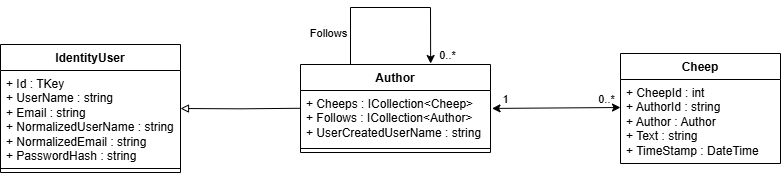
ITU-BDSA2024-GROUP18/Chirp keeps this draw.io diagram as docs/images/DomainModelClassDiagram.png. Above is the earlier version. Source tidied: cells renumbered, new cells last; positions are measured from the earlier drawing's top-left corner, leaving out a move shared by most shapes.
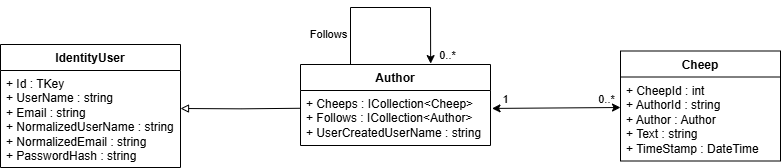
Later version of the same file.

Change to the diagram source:
```diff
@@ -3,28 +3,28 @@
     <mxCell id="0" />
     <mxCell id="1" parent="0" />
     <mxCell id="2" value="Author" style="swimlane;fontStyle=1;align=center;verticalAlign=top;horizontal=1;startSize=26;whiteSpace=wrap;html=1;" parent="1" vertex="1">
-      <mxGeometry x="300" y="57" width="190" height="88" as="geometry" />
+      <mxGeometry x="300" y="57" width="190" height="81" as="geometry" />
     </mxCell>
     <mxCell id="3" value="+ Cheeps : ICollection&amp;lt;Cheep&amp;gt;&lt;div&gt;+ Follows : ICollection&amp;lt;Author&amp;gt;&lt;/div&gt;&lt;div&gt;+&amp;nbsp;&lt;span style=&quot;background-color: initial;&quot;&gt;UserCreatedUserName : string&lt;/span&gt;&lt;/div&gt;" style="text;strokeColor=none;fillColor=none;align=left;verticalAlign=top;spacingLeft=4;spacingRight=4;overflow=hidden;points=[[0,0.5],[1,0.5]];portConstraint=eastwest;whiteSpace=wrap;html=1;" parent="2" vertex="1">
       <mxGeometry y="26" width="190" height="54" as="geometry" />
     </mxCell>
-    <mxCell id="4" style="line;strokeWidth=1;fillColor=none;align=left;verticalAlign=middle;spacingTop=-1;spacingLeft=3;spacingRight=3;labelPosition=right;strokeColor=inherit;" parent="2" vertex="1">
-      <mxGeometry y="80" width="190" height="8" as="geometry" />
+    <mxCell id="4" style="line;strokeWidth=1;fillColor=none;align=left;verticalAlign=middle;spacingTop=-1;spacingLeft=3;spacingRight=3;labelPosition=right;strokeColor=none;" parent="2" vertex="1">
+      <mxGeometry y="80" width="190" height="1" as="geometry" />
     </mxCell>
     <mxCell id="5" value="Cheep" style="swimlane;fontStyle=1;align=center;verticalAlign=top;horizontal=1;startSize=26;whiteSpace=wrap;html=1;" parent="1" vertex="1">
-      <mxGeometry x="620" y="46" width="160" height="110" as="geometry" />
+      <mxGeometry x="620" y="43.5" width="160" height="110" as="geometry" />
     </mxCell>
     <mxCell id="6" value="+ CheepId : int&lt;div&gt;+ AuthorId : string&lt;/div&gt;&lt;div&gt;+ Author : Author&lt;/div&gt;&lt;div&gt;+ Text : string&lt;/div&gt;&lt;div&gt;+ TimeStamp : DateTime&lt;/div&gt;" style="text;strokeColor=none;fillColor=none;align=left;verticalAlign=top;spacingLeft=4;spacingRight=4;overflow=hidden;whiteSpace=wrap;html=1;" parent="5" vertex="1">
       <mxGeometry y="26" width="160" height="84" as="geometry" />
     </mxCell>
-    <mxCell id="7" value="IdentityUser" style="swimlane;fontStyle=1;align=center;verticalAlign=top;horizontal=1;startSize=26;whiteSpace=wrap;html=1;" parent="1" vertex="1">
-      <mxGeometry y="37" width="180" height="128" as="geometry" />
+    <mxCell id="7" value="IdentityUser" style="swimlane;fontStyle=1;align=center;verticalAlign=top;horizontal=1;startSize=26;whiteSpace=wrap;html=1;swimlaneLine=1;" parent="1" vertex="1">
+      <mxGeometry y="37" width="180" height="123" as="geometry" />
     </mxCell>
     <mxCell id="8" value="+ Id : TKey&lt;div&gt;+&amp;nbsp;&lt;span style=&quot;background-color: initial;&quot;&gt;UserName : string&lt;/span&gt;&lt;/div&gt;&lt;div&gt;+ Email&lt;span style=&quot;background-color: initial;&quot;&gt;&amp;nbsp;: string&lt;/span&gt;&lt;/div&gt;&lt;div&gt;&lt;div&gt;+ Normalized&lt;span style=&quot;background-color: initial;&quot;&gt;UserName : string&lt;/span&gt;&lt;/div&gt;&lt;div&gt;+ NormalizedEmail&lt;span style=&quot;background-color: initial;&quot;&gt;&amp;nbsp;: string&lt;/span&gt;&lt;/div&gt;&lt;/div&gt;&lt;div&gt;&lt;span style=&quot;background-color: initial;&quot;&gt;+ PasswordHash : string&lt;/span&gt;&lt;/div&gt;" style="text;strokeColor=none;fillColor=none;align=left;verticalAlign=top;spacingLeft=4;spacingRight=4;overflow=hidden;whiteSpace=wrap;html=1;" parent="7" vertex="1">
       <mxGeometry y="26" width="180" height="94" as="geometry" />
     </mxCell>
-    <mxCell id="9" style="line;strokeWidth=1;fillColor=none;align=left;verticalAlign=middle;spacingTop=-1;spacingLeft=3;spacingRight=3;labelPosition=right;strokeColor=inherit;" parent="7" vertex="1">
-      <mxGeometry y="120" width="180" height="8" as="geometry" />
+    <mxCell id="9" style="line;strokeWidth=1;fillColor=none;align=left;verticalAlign=middle;spacingTop=-1;spacingLeft=3;spacingRight=3;labelPosition=right;strokeColor=none;" parent="7" vertex="1">
+      <mxGeometry y="120" width="180" height="3" as="geometry" />
     </mxCell>
     <mxCell id="10" style="endArrow=classic;html=1;rounded=0;entryX=0.685;entryY=-0.011;entryDx=0;entryDy=0;entryPerimeter=0;" parent="1" edge="1" target="2">
       <mxGeometry relative="1" as="geometry">
```
